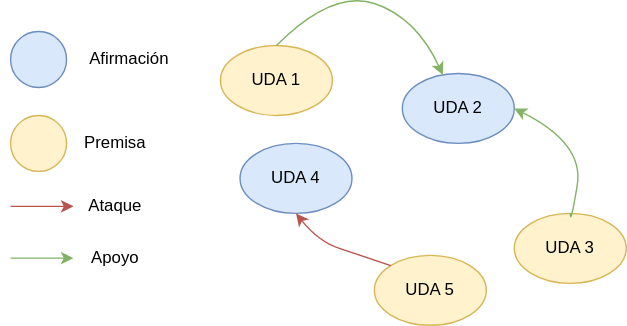
Before: document/Graphics/Estructuras_argumentativas.svg, a diagram exported from draw.io (matcom/thesis). Source tidied: cells renumbered, new cells last; positions are measured from the earlier drawing's top-left corner, leaving out a move shared by most shapes. The source it was exported from:
```xml
<mxGraphModel>
  <root>
    <mxCell id="0" />
    <mxCell id="1" parent="0" />
    <mxCell id="2" value="UDA 1" style="ellipse;whiteSpace=wrap;html=1;fillColor=#fff2cc;strokeColor=#d6b656;" parent="1" vertex="1">
      <mxGeometry x="150" y="40" width="80" height="50" as="geometry" />
    </mxCell>
    <mxCell id="3" value="UDA 2" style="ellipse;whiteSpace=wrap;html=1;fillColor=#dae8fc;strokeColor=#6c8ebf;" parent="1" vertex="1">
      <mxGeometry x="280" y="60" width="80" height="50" as="geometry" />
    </mxCell>
    <mxCell id="4" value="UDA 4" style="ellipse;whiteSpace=wrap;html=1;fillColor=#dae8fc;strokeColor=#6c8ebf;" parent="1" vertex="1">
      <mxGeometry x="164" y="110" width="80" height="50" as="geometry" />
    </mxCell>
    <mxCell id="5" value="UDA 3" style="ellipse;whiteSpace=wrap;html=1;fillColor=#fff2cc;strokeColor=#d6b656;" parent="1" vertex="1">
      <mxGeometry x="360" y="160" width="80" height="50" as="geometry" />
    </mxCell>
    <mxCell id="6" value="UDA 5" style="ellipse;whiteSpace=wrap;html=1;fillColor=#fff2cc;strokeColor=#d6b656;" parent="1" vertex="1">
      <mxGeometry x="260" y="190" width="80" height="50" as="geometry" />
    </mxCell>
    <mxCell id="7" value="Afirmación" style="text;html=1;strokeColor=none;fillColor=none;align=center;verticalAlign=middle;whiteSpace=wrap;rounded=0;" parent="1" vertex="1">
      <mxGeometry x="40" y="35" width="90" height="30" as="geometry" />
    </mxCell>
    <mxCell id="8" value="Premisa" style="text;html=1;strokeColor=none;fillColor=none;align=center;verticalAlign=middle;whiteSpace=wrap;rounded=0;" parent="1" vertex="1">
      <mxGeometry x="30" y="95" width="90" height="30" as="geometry" />
    </mxCell>
    <mxCell id="9" style="ellipse;whiteSpace=wrap;html=1;fillColor=#dae8fc;strokeColor=#6c8ebf;" parent="1" vertex="1">
      <mxGeometry y="30" width="40" height="40" as="geometry" />
    </mxCell>
    <mxCell id="10" style="ellipse;whiteSpace=wrap;html=1;fillColor=#fff2cc;strokeColor=#d6b656;" parent="1" vertex="1">
      <mxGeometry y="90" width="40" height="40" as="geometry" />
    </mxCell>
    <mxCell id="11" style="endArrow=classic;html=1;rounded=0;fillColor=#f8cecc;strokeColor=#b85450;" parent="1" edge="1">
      <mxGeometry relative="1" as="geometry">
        <mxPoint y="155" as="sourcePoint" />
        <mxPoint x="45" y="155" as="targetPoint" />
        <Array as="points">
          <mxPoint x="15" y="155" />
        </Array>
      </mxGeometry>
    </mxCell>
    <mxCell id="12" value="&lt;div&gt;Ataque&lt;/div&gt;" style="text;html=1;strokeColor=none;fillColor=none;align=center;verticalAlign=middle;whiteSpace=wrap;rounded=0;" parent="1" vertex="1">
      <mxGeometry x="30" y="140" width="90" height="30" as="geometry" />
    </mxCell>
    <mxCell id="13" style="endArrow=classic;html=1;rounded=0;fillColor=#d5e8d4;strokeColor=#82b366;" parent="1" edge="1">
      <mxGeometry relative="1" as="geometry">
        <mxPoint y="192" as="sourcePoint" />
        <mxPoint x="45" y="192" as="targetPoint" />
        <Array as="points">
          <mxPoint x="15" y="192" />
        </Array>
      </mxGeometry>
    </mxCell>
    <mxCell id="14" value="Apoyo" style="text;html=1;strokeColor=none;fillColor=none;align=center;verticalAlign=middle;whiteSpace=wrap;rounded=0;" parent="1" vertex="1">
      <mxGeometry x="30" y="177" width="90" height="30" as="geometry" />
    </mxCell>
    <mxCell id="15" style="curved=1;endArrow=classic;html=1;rounded=0;exitX=0.5;exitY=0;exitDx=0;exitDy=0;entryX=1;entryY=0.5;entryDx=0;entryDy=0;fillColor=#d5e8d4;strokeColor=#82b366;" parent="1" edge="1" source="5" target="3">
      <mxGeometry relative="1" as="geometry">
        <Array as="points">
          <mxPoint x="400" y="170" />
          <mxPoint x="410" y="110" />
        </Array>
      </mxGeometry>
    </mxCell>
    <mxCell id="16" style="curved=1;endArrow=classic;html=1;rounded=0;exitX=0.5;exitY=0;exitDx=0;exitDy=0;fillColor=#d5e8d4;strokeColor=#82b366;" parent="1" edge="1" source="2" target="3">
      <mxGeometry relative="1" as="geometry">
        <Array as="points">
          <mxPoint x="230" />
          <mxPoint x="290" y="20" />
        </Array>
      </mxGeometry>
    </mxCell>
    <mxCell id="17" style="curved=1;endArrow=classic;html=1;rounded=0;exitX=0;exitY=0;exitDx=0;exitDy=0;entryX=0.5;entryY=1;entryDx=0;entryDy=0;fillColor=#f8cecc;strokeColor=#b85450;" parent="1" edge="1" source="6" target="4">
      <mxGeometry relative="1" as="geometry">
        <Array as="points">
          <mxPoint x="250" y="190" />
          <mxPoint x="220" y="180" />
        </Array>
      </mxGeometry>
    </mxCell>
  </root>
</mxGraphModel>
```
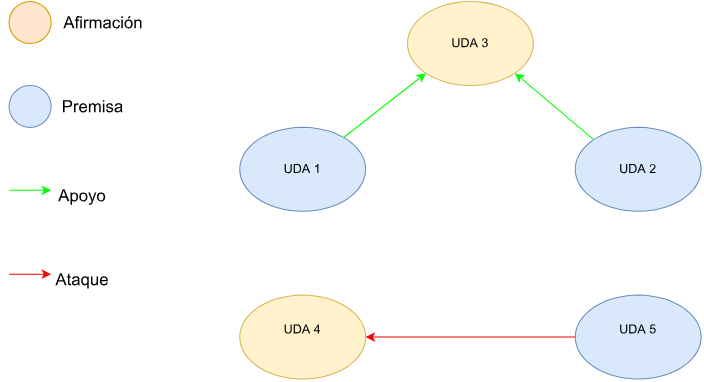
After the change.

Diff of the diagram source:
```diff
@@ -2,80 +2,62 @@
   <root>
     <mxCell id="0" />
     <mxCell id="1" parent="0" />
-    <mxCell id="2" value="UDA 1" style="ellipse;whiteSpace=wrap;html=1;fillColor=#fff2cc;strokeColor=#d6b656;" parent="1" vertex="1">
-      <mxGeometry x="150" y="40" width="80" height="50" as="geometry" />
+    <mxCell id="2" value="UDA 1" style="ellipse;whiteSpace=wrap;fillColor=#dae8fc;strokeColor=#6c8ebf;" parent="1" vertex="1">
+      <mxGeometry x="210" y="190" width="120" height="80" as="geometry" />
     </mxCell>
-    <mxCell id="3" value="UDA 2" style="ellipse;whiteSpace=wrap;html=1;fillColor=#dae8fc;strokeColor=#6c8ebf;" parent="1" vertex="1">
-      <mxGeometry x="280" y="60" width="80" height="50" as="geometry" />
+    <mxCell id="3" value="UDA 2" style="ellipse;whiteSpace=wrap;fillColor=#dae8fc;strokeColor=#6c8ebf;" parent="1" vertex="1">
+      <mxGeometry x="530" y="190" width="120" height="80" as="geometry" />
     </mxCell>
-    <mxCell id="4" value="UDA 4" style="ellipse;whiteSpace=wrap;html=1;fillColor=#dae8fc;strokeColor=#6c8ebf;" parent="1" vertex="1">
-      <mxGeometry x="164" y="110" width="80" height="50" as="geometry" />
-    </mxCell>
-    <mxCell id="5" value="UDA 3" style="ellipse;whiteSpace=wrap;html=1;fillColor=#fff2cc;strokeColor=#d6b656;" parent="1" vertex="1">
-      <mxGeometry x="360" y="160" width="80" height="50" as="geometry" />
+    <mxCell id="5" value="UDA 3" style="ellipse;whiteSpace=wrap;fillColor=#fff2cc;strokeColor=#d6b656;" parent="1" vertex="1">
+      <mxGeometry x="370" y="70" width="120" height="80" as="geometry" />
     </mxCell>
-    <mxCell id="6" value="UDA 5" style="ellipse;whiteSpace=wrap;html=1;fillColor=#fff2cc;strokeColor=#d6b656;" parent="1" vertex="1">
-      <mxGeometry x="260" y="190" width="80" height="50" as="geometry" />
+    <mxCell id="6" value="UDA 5&#10;" style="ellipse;whiteSpace=wrap;fillColor=#dae8fc;strokeColor=#6c8ebf;" parent="1" vertex="1">
+      <mxGeometry x="530" y="350" width="120" height="80" as="geometry" />
     </mxCell>
+    <mxCell id="4" value="UDA 4&#10;" style="ellipse;whiteSpace=wrap;fillColor=#fff2cc;strokeColor=#d6b656;" parent="1" vertex="1">
+      <mxGeometry x="210" y="350" width="120" height="80" as="geometry" />
+    </mxCell>
+    <mxCell id="18" style="ellipse;whiteSpace=wrap;fillColor=#ffe6cc;strokeColor=#d79b00;" parent="1" vertex="1">
+      <mxGeometry x="-10" y="70" width="40" height="40" as="geometry" />
+    </mxCell>
+    <mxCell id="19" style="ellipse;whiteSpace=wrap;fillColor=#dae8fc;strokeColor=#6c8ebf;" parent="1" vertex="1">
+      <mxGeometry x="-10" y="150" width="40" height="40" as="geometry" />
+    </mxCell>
-    <mxCell id="7" value="Afirmación" style="text;html=1;strokeColor=none;fillColor=none;align=center;verticalAlign=middle;whiteSpace=wrap;rounded=0;" parent="1" vertex="1">
-      <mxGeometry x="40" y="35" width="90" height="30" as="geometry" />
+    <mxCell id="7" value="Afirmación" style="text;strokeColor=none;fillColor=none;align=center;verticalAlign=middle;whiteSpace=wrap;rounded=0;fontSize=16;" parent="1" vertex="1">
+      <mxGeometry x="50" y="75" width="60" height="30" as="geometry" />
     </mxCell>
-    <mxCell id="8" value="Premisa" style="text;html=1;strokeColor=none;fillColor=none;align=center;verticalAlign=middle;whiteSpace=wrap;rounded=0;" parent="1" vertex="1">
-      <mxGeometry x="30" y="95" width="90" height="30" as="geometry" />
+    <mxCell id="8" value="Premisa" style="text;strokeColor=none;fillColor=none;align=center;verticalAlign=middle;whiteSpace=wrap;rounded=0;fontSize=16;" parent="1" vertex="1">
+      <mxGeometry x="40" y="155" width="60" height="30" as="geometry" />
     </mxCell>
-    <mxCell id="9" style="ellipse;whiteSpace=wrap;html=1;fillColor=#dae8fc;strokeColor=#6c8ebf;" parent="1" vertex="1">
-      <mxGeometry y="30" width="40" height="40" as="geometry" />
-    </mxCell>
-    <mxCell id="10" style="ellipse;whiteSpace=wrap;html=1;fillColor=#fff2cc;strokeColor=#d6b656;" parent="1" vertex="1">
-      <mxGeometry y="90" width="40" height="40" as="geometry" />
-    </mxCell>
-    <mxCell id="11" style="endArrow=classic;html=1;rounded=0;fillColor=#f8cecc;strokeColor=#b85450;" parent="1" edge="1">
-      <mxGeometry relative="1" as="geometry">
-        <mxPoint y="155" as="sourcePoint" />
-        <mxPoint x="45" y="155" as="targetPoint" />
-        <Array as="points">
-          <mxPoint x="15" y="155" />
-        </Array>
-      </mxGeometry>
-    </mxCell>
+    <mxCell id="17" style="endArrow=classic;rounded=0;fontSize=16;exitX=0;exitY=0.5;exitDx=0;exitDy=0;entryX=1;entryY=0.5;entryDx=0;entryDy=0;strokeColor=#FF0000;" parent="1" edge="1" source="6" target="4">
+      <mxGeometry relative="1" as="geometry" />
+    </mxCell>
+    <mxCell id="20" style="endArrow=classic;rounded=0;strokeColor=#00FF00;fontSize=16;entryX=0;entryY=1;entryDx=0;entryDy=0;" parent="1" edge="1" source="2" target="5">
+      <mxGeometry relative="1" as="geometry" />
+    </mxCell>
+    <mxCell id="21" style="endArrow=classic;rounded=0;strokeColor=#00FF00;fontSize=16;entryX=1;entryY=1;entryDx=0;entryDy=0;exitX=0;exitY=0;exitDx=0;exitDy=0;" parent="1" edge="1" source="3" target="5">
+      <mxGeometry relative="1" as="geometry" />
+    </mxCell>
+    <mxCell id="22" style="endArrow=classic;rounded=0;strokeColor=#00FF00;fontSize=16;" parent="1" edge="1">
+      <mxGeometry relative="1" as="geometry">
+        <mxPoint x="-10" y="250" as="sourcePoint" />
+        <mxPoint x="30" y="250" as="targetPoint" />
+      </mxGeometry>
+    </mxCell>
+    <mxCell id="23" style="endArrow=classic;rounded=0;strokeColor=#FF0000;fontSize=16;" parent="1" edge="1">
+      <mxGeometry relative="1" as="geometry">
+        <mxPoint x="-10" y="330" as="sourcePoint" />
+        <mxPoint x="30" y="330" as="targetPoint" />
+        <Array as="points">
+          <mxPoint x="10" y="330" />
+        </Array>
+      </mxGeometry>
+    </mxCell>
+    <mxCell id="14" value="Apoyo" style="text;strokeColor=none;fillColor=none;align=center;verticalAlign=middle;whiteSpace=wrap;rounded=0;fontSize=16;" parent="1" vertex="1">
+      <mxGeometry x="30" y="240" width="60" height="30" as="geometry" />
+    </mxCell>
-    <mxCell id="12" value="&lt;div&gt;Ataque&lt;/div&gt;" style="text;html=1;strokeColor=none;fillColor=none;align=center;verticalAlign=middle;whiteSpace=wrap;rounded=0;" parent="1" vertex="1">
-      <mxGeometry x="30" y="140" width="90" height="30" as="geometry" />
+    <mxCell id="12" value="Ataque" style="text;strokeColor=none;fillColor=none;align=center;verticalAlign=middle;whiteSpace=wrap;rounded=0;fontSize=16;" parent="1" vertex="1">
+      <mxGeometry x="30" y="320" width="60" height="30" as="geometry" />
     </mxCell>
-    <mxCell id="13" style="endArrow=classic;html=1;rounded=0;fillColor=#d5e8d4;strokeColor=#82b366;" parent="1" edge="1">
-      <mxGeometry relative="1" as="geometry">
-        <mxPoint y="192" as="sourcePoint" />
-        <mxPoint x="45" y="192" as="targetPoint" />
-        <Array as="points">
-          <mxPoint x="15" y="192" />
-        </Array>
-      </mxGeometry>
-    </mxCell>
-    <mxCell id="14" value="Apoyo" style="text;html=1;strokeColor=none;fillColor=none;align=center;verticalAlign=middle;whiteSpace=wrap;rounded=0;" parent="1" vertex="1">
-      <mxGeometry x="30" y="177" width="90" height="30" as="geometry" />
-    </mxCell>
-    <mxCell id="15" style="curved=1;endArrow=classic;html=1;rounded=0;exitX=0.5;exitY=0;exitDx=0;exitDy=0;entryX=1;entryY=0.5;entryDx=0;entryDy=0;fillColor=#d5e8d4;strokeColor=#82b366;" parent="1" edge="1" source="5" target="3">
-      <mxGeometry relative="1" as="geometry">
-        <Array as="points">
-          <mxPoint x="400" y="170" />
-          <mxPoint x="410" y="110" />
-        </Array>
-      </mxGeometry>
-    </mxCell>
-    <mxCell id="16" style="curved=1;endArrow=classic;html=1;rounded=0;exitX=0.5;exitY=0;exitDx=0;exitDy=0;fillColor=#d5e8d4;strokeColor=#82b366;" parent="1" edge="1" source="2" target="3">
-      <mxGeometry relative="1" as="geometry">
-        <Array as="points">
-          <mxPoint x="230" />
-          <mxPoint x="290" y="20" />
-        </Array>
-      </mxGeometry>
-    </mxCell>
-    <mxCell id="17" style="curved=1;endArrow=classic;html=1;rounded=0;exitX=0;exitY=0;exitDx=0;exitDy=0;entryX=0.5;entryY=1;entryDx=0;entryDy=0;fillColor=#f8cecc;strokeColor=#b85450;" parent="1" edge="1" source="6" target="4">
-      <mxGeometry relative="1" as="geometry">
-        <Array as="points">
-          <mxPoint x="250" y="190" />
-          <mxPoint x="220" y="180" />
-        </Array>
-      </mxGeometry>
-    </mxCell>
   </root>
 </mxGraphModel>
```
